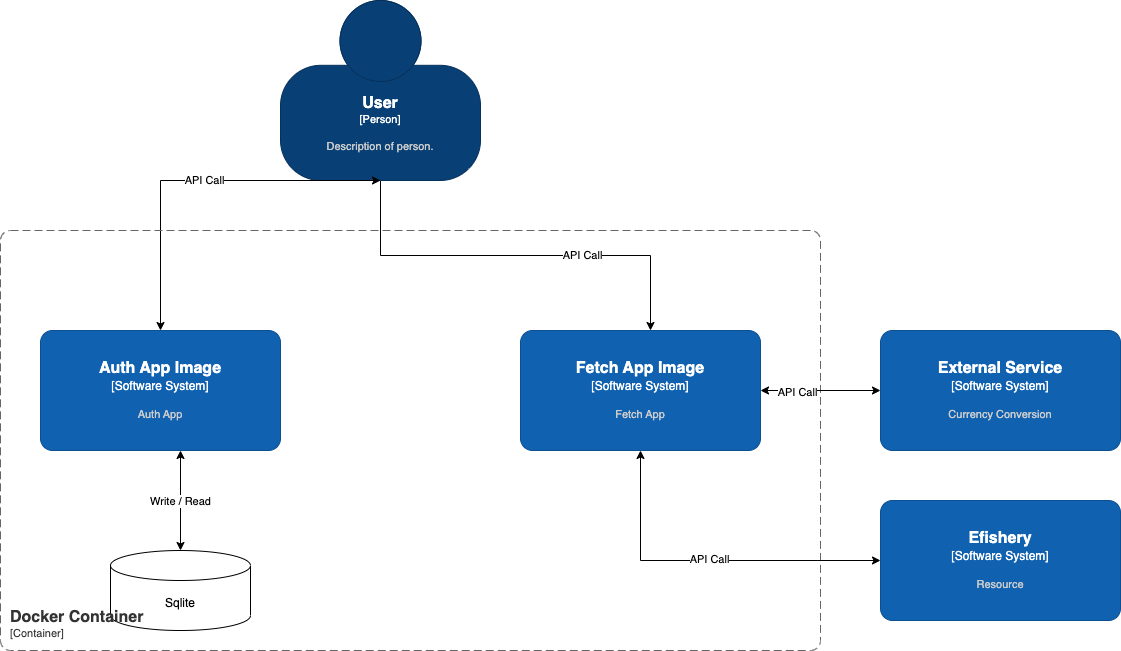
The draw.io diagram images/Context Diagram.png in lutzid/backend-test, before a commit. Source tidied: cells renumbered, new cells last; positions are measured from the earlier drawing's top-left corner, leaving out a move shared by most shapes.
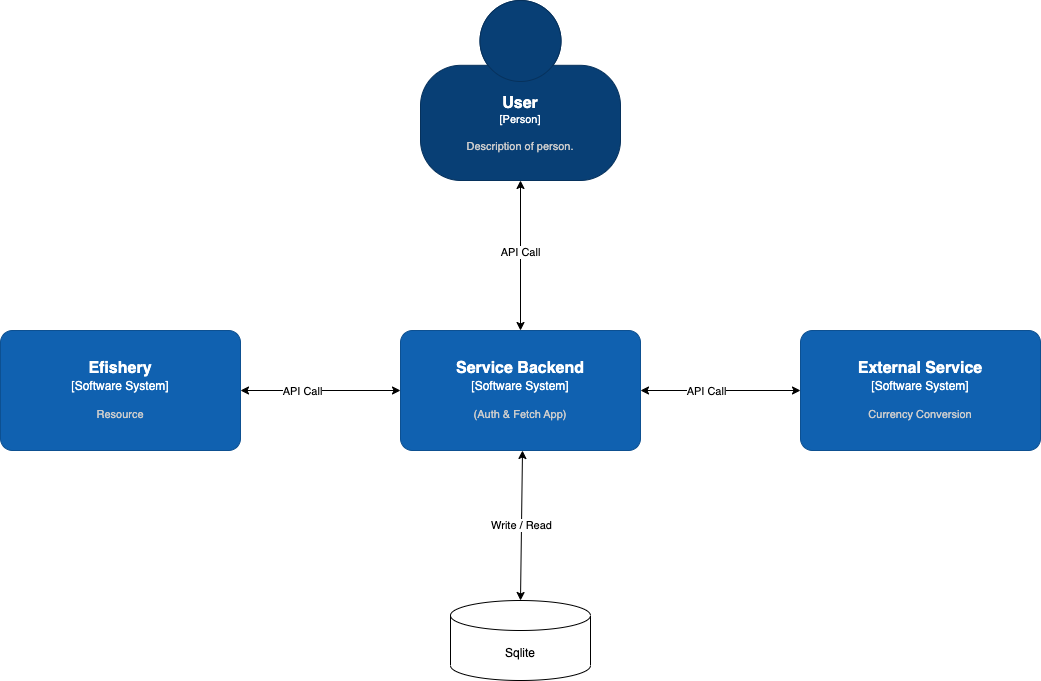
Above is the later version.

Diff of the diagram source:
```diff
@@ -2,79 +2,55 @@
   <root>
     <mxCell id="0" />
     <mxCell id="1" parent="0" />
-    <mxCell id="2" style="edgeStyle=orthogonalEdgeStyle;rounded=0;jettySize=auto;html=1;exitX=0.5;exitY=1;exitDx=0;exitDy=0;exitPerimeter=0;" parent="1" edge="1" source="4">
-      <mxGeometry relative="1" as="geometry">
-        <mxPoint x="650" y="330" as="targetPoint" />
-      </mxGeometry>
-    </mxCell>
-    <mxCell id="3" value="API Call" style="edgeLabel;html=1;align=center;verticalAlign=middle;" parent="2" vertex="1">
-      <mxGeometry x="0.31" y="1" relative="1" as="geometry" />
-    </mxCell>
     <object id="4" label="&lt;font style=&quot;font-size: 16px&quot;&gt;&lt;b&gt;%c4Name%&lt;/b&gt;&lt;/font&gt;&lt;div&gt;[%c4Type%]&lt;/div&gt;&lt;br&gt;&lt;div&gt;&lt;font style=&quot;font-size: 11px&quot;&gt;&lt;font color=&quot;#cccccc&quot;&gt;%c4Description%&lt;/font&gt;&lt;/div&gt;" c4Description="Description of person." c4Name="User" c4Type="Person" placeholders="1">
       <mxCell style="html=1;fontSize=11;dashed=0;whiteSpace=wrap;fillColor=#083F75;strokeColor=#06315C;fontColor=#ffffff;shape=mxgraph.c4.person2;align=center;points=[[0.5,0,0],[1,0.5,0],[1,0.75,0],[0.75,1,0],[0.5,1,0],[0.25,1,0],[0,0.75,0],[0,0.5,0]];" parent="1" vertex="1">
         <mxGeometry x="280" width="200" height="180" as="geometry" />
       </mxCell>
     </object>
-    <object id="5" label="&lt;font style=&quot;font-size: 16px&quot;&gt;&lt;b&gt;%c4Name%&lt;/b&gt;&lt;/font&gt;&lt;div&gt;[%c4Type%]&lt;/div&gt;&lt;br&gt;&lt;div&gt;&lt;font style=&quot;font-size: 11px&quot;&gt;&lt;font color=&quot;#cccccc&quot;&gt;%c4Description%&lt;/font&gt;&lt;/div&gt;" c4Description="Auth App" c4Name="Auth App Image" c4Type="Software System" placeholders="1">
+    <object id="5" label="&lt;font style=&quot;font-size: 16px&quot;&gt;&lt;b&gt;%c4Name%&lt;/b&gt;&lt;/font&gt;&lt;div&gt;[%c4Type%]&lt;/div&gt;&lt;br&gt;&lt;div&gt;&lt;font style=&quot;font-size: 11px&quot;&gt;&lt;font color=&quot;#cccccc&quot;&gt;%c4Description%&lt;/font&gt;&lt;/div&gt;" c4Description="(Auth &amp; Fetch App)" c4Name="Service Backend " c4Type="Software System" placeholders="1">
       <mxCell style="rounded=1;whiteSpace=wrap;html=1;labelBackgroundColor=none;fillColor=#1061B0;fontColor=#ffffff;align=center;arcSize=10;strokeColor=#0D5091;points=[[0.25,0,0],[0.5,0,0],[0.75,0,0],[1,0.25,0],[1,0.5,0],[1,0.75,0],[0.75,1,0],[0.5,1,0],[0.25,1,0],[0,0.75,0],[0,0.5,0],[0,0.25,0]];" parent="1" vertex="1">
-        <mxGeometry x="40" y="330" width="240" height="120" as="geometry" />
+        <mxGeometry x="260" y="330" width="240" height="120" as="geometry" />
       </mxCell>
     </object>
     <object id="6" label="&lt;font style=&quot;font-size: 16px&quot;&gt;&lt;b&gt;%c4Name%&lt;/b&gt;&lt;/font&gt;&lt;div&gt;[%c4Type%]&lt;/div&gt;&lt;br&gt;&lt;div&gt;&lt;font style=&quot;font-size: 11px&quot;&gt;&lt;font color=&quot;#cccccc&quot;&gt;%c4Description%&lt;/font&gt;&lt;/div&gt;" c4Description="Currency Conversion " c4Name="External Service" c4Type="Software System" placeholders="1">
       <mxCell style="rounded=1;whiteSpace=wrap;html=1;labelBackgroundColor=none;fillColor=#1061B0;fontColor=#ffffff;align=center;arcSize=10;strokeColor=#0D5091;points=[[0.25,0,0],[0.5,0,0],[0.75,0,0],[1,0.25,0],[1,0.5,0],[1,0.75,0],[0.75,1,0],[0.5,1,0],[0.25,1,0],[0,0.75,0],[0,0.5,0],[0,0.25,0]];" parent="1" vertex="1">
-        <mxGeometry x="880" y="330" width="240" height="120" as="geometry" />
+        <mxGeometry x="660" y="330" width="240" height="120" as="geometry" />
       </mxCell>
     </object>
     <object id="7" label="&lt;font style=&quot;font-size: 16px&quot;&gt;&lt;b&gt;%c4Name%&lt;/b&gt;&lt;/font&gt;&lt;div&gt;[%c4Type%]&lt;/div&gt;&lt;br&gt;&lt;div&gt;&lt;font style=&quot;font-size: 11px&quot;&gt;&lt;font color=&quot;#cccccc&quot;&gt;%c4Description%&lt;/font&gt;&lt;/div&gt;" c4Description="Resource" c4Name="Efishery" c4Type="Software System" placeholders="1">
       <mxCell style="rounded=1;whiteSpace=wrap;html=1;labelBackgroundColor=none;fillColor=#1061B0;fontColor=#ffffff;align=center;arcSize=10;strokeColor=#0D5091;points=[[0.25,0,0],[0.5,0,0],[0.75,0,0],[1,0.25,0],[1,0.5,0],[1,0.75,0],[0.75,1,0],[0.5,1,0],[0.25,1,0],[0,0.75,0],[0,0.5,0],[0,0.25,0]];" parent="1" vertex="1">
-        <mxGeometry x="880" y="500" width="240" height="120" as="geometry" />
+        <mxGeometry x="-140" y="330" width="240" height="120" as="geometry" />
       </mxCell>
     </object>
     <mxCell id="8" value="Sqlite" style="shape=cylinder3;whiteSpace=wrap;html=1;boundedLbl=1;backgroundOutline=1;size=15;" parent="1" vertex="1">
-      <mxGeometry x="110" y="550" width="140" height="80" as="geometry" />
+      <mxGeometry x="310" y="600" width="140" height="80" as="geometry" />
     </mxCell>
     <mxCell id="9" style="endArrow=classic;startArrow=classic;html=1;rounded=0;entryX=0.5;entryY=1;entryDx=0;entryDy=0;entryPerimeter=0;exitX=0.5;exitY=0;exitDx=0;exitDy=0;exitPerimeter=0;" parent="1" edge="1" source="5" target="4">
-      <mxGeometry relative="1" as="geometry">
-        <Array as="points">
-          <mxPoint x="160" y="180" />
-        </Array>
-      </mxGeometry>
+      <mxGeometry relative="1" as="geometry" />
     </mxCell>
     <mxCell id="10" value="API Call" style="edgeLabel;html=1;align=center;verticalAlign=middle;" parent="9" vertex="1">
       <mxGeometry x="0.04" y="1" relative="1" as="geometry" />
     </mxCell>
+    <mxCell id="18" style="endArrow=classic;startArrow=classic;html=1;rounded=0;" parent="1" edge="1" source="5" target="6">
+      <mxGeometry relative="1" as="geometry" />
+    </mxCell>
+    <mxCell id="19" value="API Call" style="edgeLabel;html=1;align=center;verticalAlign=middle;" parent="18" vertex="1">
+      <mxGeometry x="-0.19" relative="1" as="geometry">
+        <mxPoint x="1" as="offset" />
+      </mxGeometry>
+    </mxCell>
+    <mxCell id="20" style="endArrow=classic;startArrow=classic;html=1;rounded=0;exitX=1;exitY=0.5;exitDx=0;exitDy=0;exitPerimeter=0;entryX=0;entryY=0.5;entryDx=0;entryDy=0;entryPerimeter=0;" parent="1" edge="1" source="7" target="5">
+      <mxGeometry relative="1" as="geometry" />
+    </mxCell>
+    <mxCell id="21" value="API Call" style="edgeLabel;html=1;align=center;verticalAlign=middle;" parent="20" vertex="1">
+      <mxGeometry x="-0.24" relative="1" as="geometry">
+        <mxPoint x="1" as="offset" />
+      </mxGeometry>
+    </mxCell>
     <mxCell id="11" value="Write / Read" style="endArrow=classic;startArrow=classic;html=1;rounded=0;entryX=0.5;entryY=0;entryDx=0;entryDy=0;entryPerimeter=0;" parent="1" edge="1" target="8">
       <mxGeometry relative="1" as="geometry">
-        <mxPoint x="180" y="450" as="sourcePoint" />
+        <mxPoint x="382" y="450" as="sourcePoint" />
       </mxGeometry>
     </mxCell>
-    <object id="12" label="&lt;font style=&quot;font-size: 16px&quot;&gt;&lt;b&gt;&lt;div style=&quot;text-align: left&quot;&gt;%c4Name%&lt;/div&gt;&lt;/b&gt;&lt;/font&gt;&lt;div style=&quot;text-align: left&quot;&gt;[%c4Application%]&lt;/div&gt;" c4Application="Container" c4Name="Docker Container" c4Type="ContainerScopeBoundary" placeholders="1">
-      <mxCell style="rounded=1;fontSize=11;whiteSpace=wrap;html=1;dashed=1;arcSize=20;fillColor=none;strokeColor=#666666;fontColor=#333333;labelBackgroundColor=none;align=left;verticalAlign=bottom;labelBorderColor=none;spacingTop=0;spacing=10;dashPattern=8 4;perimeter=rectanglePerimeter;noLabel=0;labelPadding=0;absoluteArcSize=1;" parent="1" vertex="1">
-        <mxGeometry y="230" width="820" height="420" as="geometry" />
-      </mxCell>
-    </object>
-    <object id="13" label="&lt;font style=&quot;font-size: 16px&quot;&gt;&lt;b&gt;%c4Name%&lt;/b&gt;&lt;/font&gt;&lt;div&gt;[%c4Type%]&lt;/div&gt;&lt;br&gt;&lt;div&gt;&lt;font style=&quot;font-size: 11px&quot;&gt;&lt;font color=&quot;#cccccc&quot;&gt;%c4Description%&lt;/font&gt;&lt;/div&gt;" c4Description="Fetch App" c4Name="Fetch App Image" c4Type="Software System" placeholders="1">
-      <mxCell style="rounded=1;whiteSpace=wrap;html=1;labelBackgroundColor=none;fillColor=#1061B0;fontColor=#ffffff;align=center;arcSize=10;strokeColor=#0D5091;points=[[0.25,0,0],[0.5,0,0],[0.75,0,0],[1,0.25,0],[1,0.5,0],[1,0.75,0],[0.75,1,0],[0.5,1,0],[0.25,1,0],[0,0.75,0],[0,0.5,0],[0,0.25,0]];" parent="1" vertex="1">
-        <mxGeometry x="520" y="330" width="240" height="120" as="geometry" />
-      </mxCell>
-    </object>
-    <mxCell id="14" style="endArrow=classic;startArrow=classic;html=1;rounded=0;entryX=0;entryY=0.5;entryDx=0;entryDy=0;entryPerimeter=0;exitX=1;exitY=0.5;exitDx=0;exitDy=0;exitPerimeter=0;" parent="1" edge="1" source="13" target="6">
-      <mxGeometry relative="1" as="geometry" />
-    </mxCell>
-    <mxCell id="15" value="API Call" style="edgeLabel;html=1;align=center;verticalAlign=middle;" parent="14" vertex="1">
-      <mxGeometry x="-0.37" y="-1" relative="1" as="geometry">
-        <mxPoint x="-1" as="offset" />
-      </mxGeometry>
-    </mxCell>
-    <mxCell id="16" style="endArrow=classic;startArrow=classic;html=1;rounded=0;entryX=0;entryY=0.5;entryDx=0;entryDy=0;entryPerimeter=0;exitX=0.5;exitY=1;exitDx=0;exitDy=0;exitPerimeter=0;" parent="1" edge="1" source="13" target="7">
-      <mxGeometry relative="1" as="geometry">
-        <Array as="points">
-          <mxPoint x="640" y="560" />
-        </Array>
-      </mxGeometry>
-    </mxCell>
-    <mxCell id="17" value="API Call" style="edgeLabel;html=1;align=center;verticalAlign=middle;" parent="16" vertex="1">
-      <mxGeometry x="0.02" y="2" relative="1" as="geometry" />
-    </mxCell>
   </root>
 </mxGraphModel>
```
